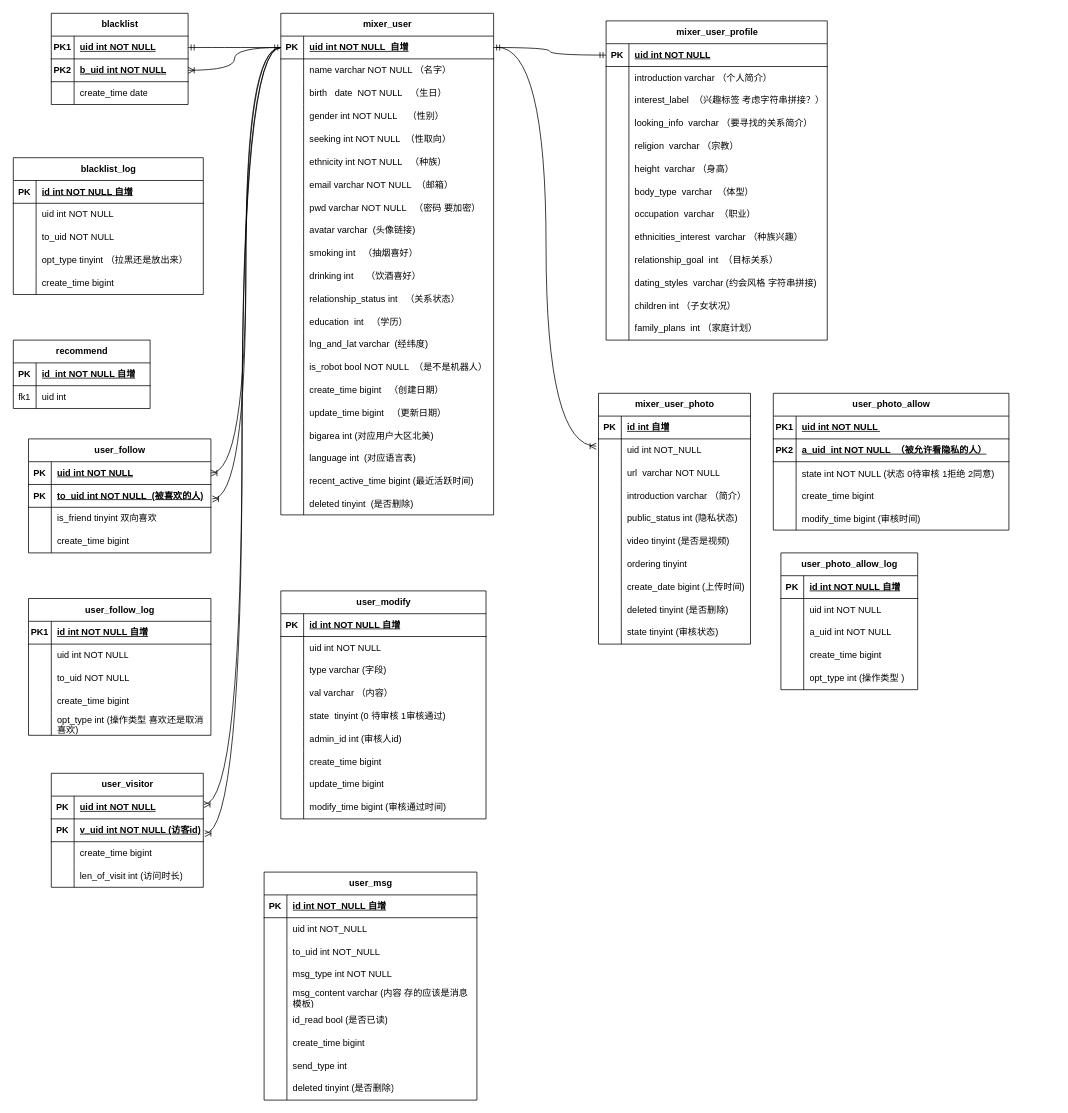
The draw.io diagram mixweb-er.drawio in zhangshuntao-ola/MyDraw, before the edit. Source tidied: cells renumbered, new cells numbered last; positions are measured from the earlier drawing's top-left corner, leaving out a move shared by most shapes. Both pictures are drawn from the tidied source at 76%, with x=0, y=0 at pixel (13, 13).
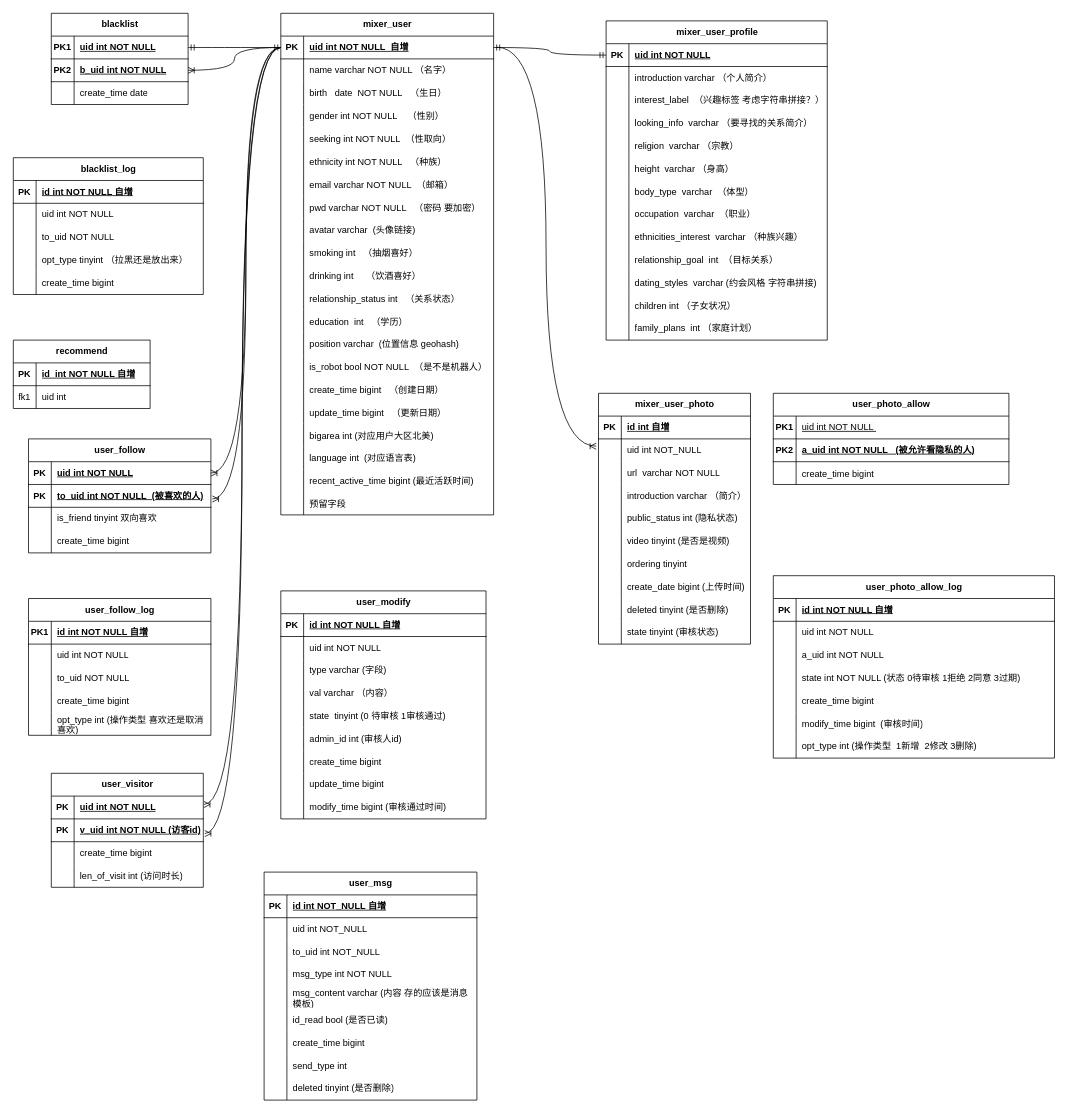
Above is the later version.

The change refers to these unchanged cells:
```xml
<mxCell id="53" style="shape=tableRow;horizontal=0;startSize=0;swimlaneHead=0;swimlaneBody=0;fillColor=none;top=0;left=0;right=0;bottom=0;" parent="13" vertex="1">
  <mxGeometry y="420" width="280" height="30" as="geometry" />
</mxCell>
<mxCell id="74" style="shape=tableRow;horizontal=0;startSize=0;swimlaneHead=0;swimlaneBody=0;fillColor=none;top=0;left=0;right=0;bottom=0;" parent="13" vertex="1">
  <mxGeometry y="630" width="280" height="30" as="geometry" />
</mxCell>
<mxCell id="133" style="shape=tableRow;horizontal=0;startSize=0;swimlaneHead=0;swimlaneBody=0;fillColor=none;top=0;left=0;right=0;bottom=1;" parent="132" vertex="1">
  <mxGeometry y="30" width="310" height="30" as="geometry" />
</mxCell>
<mxCell id="136" style="shape=tableRow;horizontal=0;startSize=0;swimlaneHead=0;swimlaneBody=0;fillColor=none;top=0;left=0;right=0;bottom=1;" parent="132" vertex="1">
  <mxGeometry y="60" width="310" height="30" as="geometry" />
</mxCell>
```

The edit, as a diff of the source:
```diff
@@
-    <mxCell id="55" value="lng_and_lat varchar  (经纬度)" style="shape=partialRectangle;fillColor=none;top=0;left=0;bottom=0;right=0;align=left;spacingLeft=6;overflow=hidden;" parent="53" vertex="1">
+    <mxCell id="55" value="position varchar  (位置信息 geohash)" style="shape=partialRectangle;fillColor=none;top=0;left=0;bottom=0;right=0;align=left;spacingLeft=6;overflow=hidden;" parent="53" vertex="1">
       <mxGeometry x="30" width="250" height="30" as="geometry" />
     </mxCell>
@@
-    <mxCell id="75" style="shape=partialRectangle;fillColor=none;top=0;left=0;bottom=0;right=0;overflow=hidden;" parent="74" vertex="1">
+    <mxCell id="75" value="    " style="shape=partialRectangle;fillColor=none;top=0;left=0;bottom=0;right=0;overflow=hidden;" parent="74" vertex="1">
       <mxGeometry width="30" height="30" as="geometry" />
     </mxCell>
-    <mxCell id="76" value="deleted tinyint  (是否删除)" style="shape=partialRectangle;fillColor=none;top=0;left=0;bottom=0;right=0;align=left;spacingLeft=6;overflow=hidden;" parent="74" vertex="1">
+    <mxCell id="76" value="预留字段" style="shape=partialRectangle;fillColor=none;top=0;left=0;bottom=0;right=0;align=left;spacingLeft=6;overflow=hidden;" parent="74" vertex="1">
       <mxGeometry x="30" width="250" height="30" as="geometry" />
     </mxCell>
@@
     <mxCell id="132" value="user_photo_allow" style="shape=table;startSize=30;childLayout=tableLayout;rowLines=0;fontStyle=1;align=center;html=1;" parent="1" vertex="1">
-      <mxGeometry x="1000" y="500" width="310" height="180" as="geometry" />
+      <mxGeometry x="1000" y="500" width="310" height="120" as="geometry" />
     </mxCell>
@@
-    <mxCell id="135" value="uid int NOT NULL&amp;nbsp;" style="shape=partialRectangle;fillColor=none;top=0;left=0;bottom=0;right=0;align=left;spacingLeft=6;fontStyle=5;overflow=hidden;whiteSpace=wrap;html=1;" parent="133" vertex="1">
+    <mxCell id="135" value="&lt;span style=&quot;color: rgb(0, 0, 0); font-family: Helvetica; font-size: 12px; font-style: normal; font-variant-ligatures: normal; font-variant-caps: normal; font-weight: 400; letter-spacing: normal; orphans: 2; text-align: left; text-indent: 0px; text-transform: none; widows: 2; word-spacing: 0px; -webkit-text-stroke-width: 0px; background-color: rgb(251, 251, 251); text-decoration-thickness: initial; text-decoration-style: initial; text-decoration-color: initial; float: none; display: inline !important;&quot;&gt;uid int NOT NULL&amp;nbsp;&lt;/span&gt;" style="shape=partialRectangle;fillColor=none;top=0;left=0;bottom=0;right=0;align=left;spacingLeft=6;fontStyle=5;overflow=hidden;whiteSpace=wrap;html=1;" parent="133" vertex="1">
       <mxGeometry x="30" width="280" height="30" as="geometry" />
     </mxCell>
@@
-    <mxCell id="138" value="a_uid&amp;nbsp; int NOT NULL&amp;nbsp; （被允许看隐私的人）" style="shape=partialRectangle;fillColor=none;top=0;left=0;bottom=0;right=0;align=left;spacingLeft=6;fontStyle=5;overflow=hidden;whiteSpace=wrap;html=1;" parent="136" vertex="1">
-      <mxGeometry x="30" width="280" height="30" as="geometry" />
-    </mxCell>
-    <mxCell id="139" style="shape=tableRow;horizontal=0;startSize=0;swimlaneHead=0;swimlaneBody=0;fillColor=none;top=0;left=0;right=0;bottom=0;" parent="132" vertex="1">
-      <mxGeometry y="90" width="310" height="30" as="geometry" />
-    </mxCell>
-    <mxCell id="140" style="shape=partialRectangle;fillColor=none;top=0;left=0;bottom=0;right=0;overflow=hidden;" parent="139" vertex="1">
-      <mxGeometry width="30" height="30" as="geometry" />
-    </mxCell>
-    <mxCell id="141" value="state int NOT NULL (状态 0待审核 1拒绝 2同意)" style="shape=partialRectangle;fillColor=none;top=0;left=0;bottom=0;right=0;align=left;spacingLeft=6;overflow=hidden;" parent="139" vertex="1">
-      <mxGeometry x="30" width="280" height="30" as="geometry" />
-    </mxCell>
+    <mxCell id="309" value="a_uid int NOT NULL&amp;nbsp; &amp;nbsp;(被允许看隐私的人)" style="shape=partialRectangle;fillColor=none;top=0;left=0;bottom=0;right=0;align=left;spacingLeft=6;fontStyle=5;overflow=hidden;whiteSpace=wrap;html=1;" parent="136" vertex="1">
+      <mxGeometry x="30" width="280" height="30" as="geometry" />
+    </mxCell>
     <mxCell id="142" style="shape=tableRow;horizontal=0;startSize=0;swimlaneHead=0;swimlaneBody=0;fillColor=none;top=0;left=0;right=0;bottom=0;" parent="132" vertex="1">
-      <mxGeometry y="120" width="310" height="30" as="geometry" />
+      <mxGeometry y="90" width="310" height="30" as="geometry" />
     </mxCell>
@@
-    <mxCell id="145" style="shape=tableRow;horizontal=0;startSize=0;swimlaneHead=0;swimlaneBody=0;fillColor=none;top=0;left=0;right=0;bottom=0;" parent="132" vertex="1">
-      <mxGeometry y="150" width="310" height="30" as="geometry" />
-    </mxCell>
-    <mxCell id="146" style="shape=partialRectangle;fillColor=none;top=0;left=0;bottom=0;right=0;overflow=hidden;" parent="145" vertex="1">
-      <mxGeometry width="30" height="30" as="geometry" />
-    </mxCell>
-    <mxCell id="147" value="modify_time bigint (审核时间)" style="shape=partialRectangle;fillColor=none;top=0;left=0;bottom=0;right=0;align=left;spacingLeft=6;overflow=hidden;" parent="145" vertex="1">
-      <mxGeometry x="30" width="280" height="30" as="geometry" />
-    </mxCell>
@@
     <mxCell id="293" value="user_photo_allow_log" style="shape=table;startSize=30;childLayout=tableLayout;rowLines=0;fontStyle=1;align=center;html=1;" parent="1" vertex="1">
-      <mxGeometry x="1010" y="710" width="180" height="180" as="geometry" />
+      <mxGeometry x="1000" y="740" width="370" height="240" as="geometry" />
     </mxCell>
     <mxCell id="294" style="shape=tableRow;horizontal=0;startSize=0;swimlaneHead=0;swimlaneBody=0;fillColor=none;top=0;left=0;right=0;bottom=1;" parent="293" vertex="1">
-      <mxGeometry y="30" width="180" height="30" as="geometry" />
+      <mxGeometry y="30" width="370" height="30" as="geometry" />
     </mxCell>
@@
     <mxCell id="296" value="id int NOT NULL 自增" style="shape=partialRectangle;fillColor=none;top=0;left=0;bottom=0;right=0;align=left;spacingLeft=6;fontStyle=5;overflow=hidden;whiteSpace=wrap;html=1;" parent="294" vertex="1">
-      <mxGeometry x="30" width="150" height="30" as="geometry" />
+      <mxGeometry x="30" width="340" height="30" as="geometry" />
     </mxCell>
     <mxCell id="297" style="shape=tableRow;horizontal=0;startSize=0;swimlaneHead=0;swimlaneBody=0;fillColor=none;top=0;left=0;right=0;bottom=0;" parent="293" vertex="1">
-      <mxGeometry y="60" width="180" height="30" as="geometry" />
+      <mxGeometry y="60" width="370" height="30" as="geometry" />
     </mxCell>
@@
     <mxCell id="299" value="uid int NOT NULL&amp;nbsp;" style="shape=partialRectangle;fillColor=none;top=0;left=0;bottom=0;right=0;align=left;spacingLeft=6;overflow=hidden;whiteSpace=wrap;html=1;" parent="297" vertex="1">
-      <mxGeometry x="30" width="150" height="30" as="geometry" />
+      <mxGeometry x="30" width="340" height="30" as="geometry" />
     </mxCell>
     <mxCell id="300" style="shape=tableRow;horizontal=0;startSize=0;swimlaneHead=0;swimlaneBody=0;fillColor=none;top=0;left=0;right=0;bottom=0;" parent="293" vertex="1">
-      <mxGeometry y="90" width="180" height="30" as="geometry" />
+      <mxGeometry y="90" width="370" height="30" as="geometry" />
     </mxCell>
@@
     <mxCell id="302" value="a_uid int NOT NULL" style="shape=partialRectangle;fillColor=none;top=0;left=0;bottom=0;right=0;align=left;spacingLeft=6;overflow=hidden;whiteSpace=wrap;html=1;" parent="300" vertex="1">
-      <mxGeometry x="30" width="150" height="30" as="geometry" />
+      <mxGeometry x="30" width="340" height="30" as="geometry" />
     </mxCell>
+    <mxCell id="310" style="shape=tableRow;horizontal=0;startSize=0;swimlaneHead=0;swimlaneBody=0;fillColor=none;top=0;left=0;right=0;bottom=0;" parent="293" vertex="1">
+      <mxGeometry y="120" width="370" height="30" as="geometry" />
+    </mxCell>
+    <mxCell id="311" style="shape=partialRectangle;fillColor=none;top=0;left=0;bottom=0;right=0;overflow=hidden;whiteSpace=wrap;html=1;" parent="310" vertex="1">
+      <mxGeometry width="30" height="30" as="geometry" />
+    </mxCell>
+    <mxCell id="312" value="state int NOT NULL (状态 0待审核 1拒绝 2同意 3过期)" style="shape=partialRectangle;fillColor=none;top=0;left=0;bottom=0;right=0;align=left;spacingLeft=6;overflow=hidden;whiteSpace=wrap;html=1;" parent="310" vertex="1">
+      <mxGeometry x="30" width="340" height="30" as="geometry" />
+    </mxCell>
     <mxCell id="303" style="shape=tableRow;horizontal=0;startSize=0;swimlaneHead=0;swimlaneBody=0;fillColor=none;top=0;left=0;right=0;bottom=0;" parent="293" vertex="1">
-      <mxGeometry y="120" width="180" height="30" as="geometry" />
+      <mxGeometry y="150" width="370" height="30" as="geometry" />
     </mxCell>
@@
     <mxCell id="305" value="create_time bigint" style="shape=partialRectangle;fillColor=none;top=0;left=0;bottom=0;right=0;align=left;spacingLeft=6;overflow=hidden;whiteSpace=wrap;html=1;" parent="303" vertex="1">
-      <mxGeometry x="30" width="150" height="30" as="geometry" />
+      <mxGeometry x="30" width="340" height="30" as="geometry" />
     </mxCell>
+    <mxCell id="313" style="shape=tableRow;horizontal=0;startSize=0;swimlaneHead=0;swimlaneBody=0;fillColor=none;top=0;left=0;right=0;bottom=0;" parent="293" vertex="1">
+      <mxGeometry y="180" width="370" height="30" as="geometry" />
+    </mxCell>
+    <mxCell id="314" style="shape=partialRectangle;fillColor=none;top=0;left=0;bottom=0;right=0;overflow=hidden;whiteSpace=wrap;html=1;" parent="313" vertex="1">
+      <mxGeometry width="30" height="30" as="geometry" />
+    </mxCell>
+    <mxCell id="147" value="modify_time bigint&amp;nbsp; (审核时间)" style="shape=partialRectangle;fillColor=none;top=0;left=0;bottom=0;right=0;align=left;spacingLeft=6;overflow=hidden;whiteSpace=wrap;html=1;" parent="313" vertex="1">
+      <mxGeometry x="30" width="340" height="30" as="geometry" />
+    </mxCell>
     <mxCell id="306" style="shape=tableRow;horizontal=0;startSize=0;swimlaneHead=0;swimlaneBody=0;fillColor=none;top=0;left=0;right=0;bottom=0;" parent="293" vertex="1">
-      <mxGeometry y="150" width="180" height="30" as="geometry" />
+      <mxGeometry y="210" width="370" height="30" as="geometry" />
     </mxCell>
@@
-    <mxCell id="308" value="opt_type int (操作类型 )" style="shape=partialRectangle;fillColor=none;top=0;left=0;bottom=0;right=0;align=left;spacingLeft=6;overflow=hidden;whiteSpace=wrap;html=1;" parent="306" vertex="1">
-      <mxGeometry x="30" width="150" height="30" as="geometry" />
+    <mxCell id="308" value="opt_type int (操作类型&amp;nbsp; 1新增&amp;nbsp; 2修改 3删除)" style="shape=partialRectangle;fillColor=none;top=0;left=0;bottom=0;right=0;align=left;spacingLeft=6;overflow=hidden;whiteSpace=wrap;html=1;" parent="306" vertex="1">
+      <mxGeometry x="30" width="340" height="30" as="geometry" />
     </mxCell>
```
